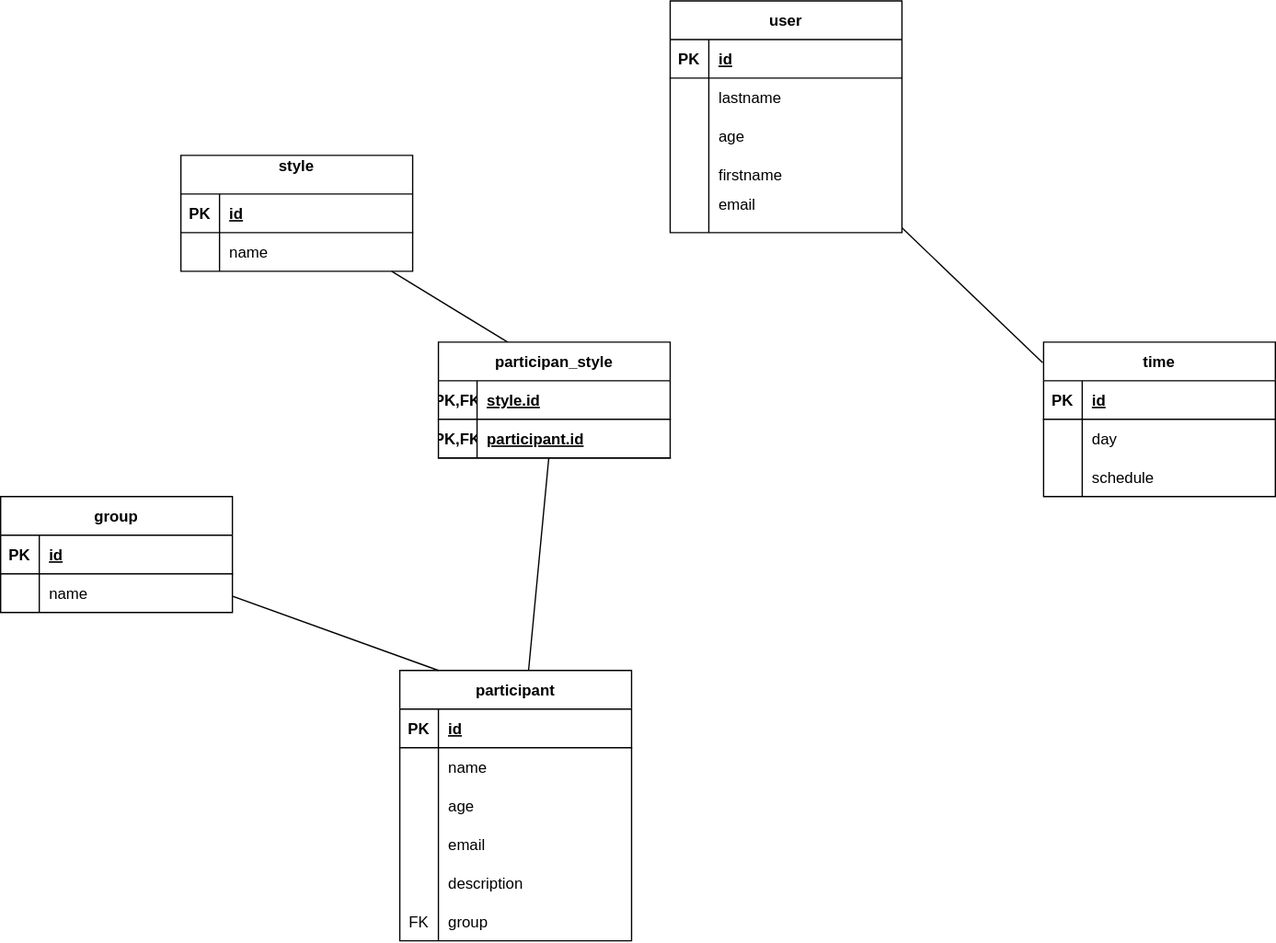
Earlier version of the draw.io export code/server/merise/MLD.rockny2.drawio.svg (Maimoudia/Rockny2). Source tidied: cells renumbered, new cells last; positions are measured from the earlier drawing's top-left corner, leaving out a move shared by most shapes.
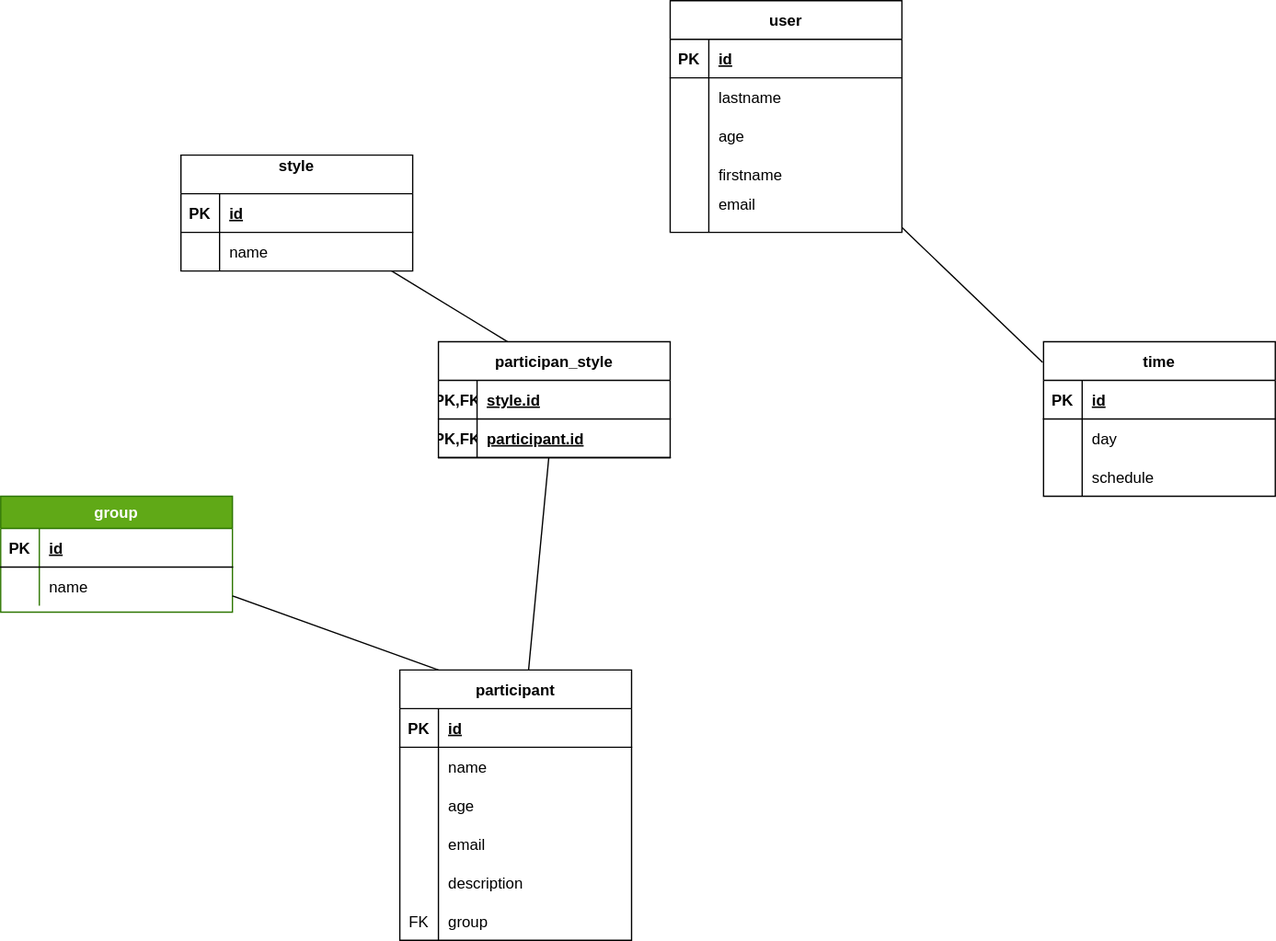
After the change.

Diff of the diagram source:
```diff
@@ -119,11 +119,11 @@
     <mxCell id="40" style="endArrow=none;html=1;entryX=-0.004;entryY=0.133;entryDx=0;entryDy=0;entryPerimeter=0;" parent="1" edge="1" source="49" target="29">
       <mxGeometry relative="1" as="geometry" />
     </mxCell>
-    <mxCell id="41" value="group" style="shape=table;startSize=30;rowLines=0;fontStyle=1;align=center;rounded=0;shadow=0;glass=0;sketch=0;gradientColor=none;" parent="1" vertex="1">
+    <mxCell id="41" value="group" style="shape=table;startSize=25;rowLines=0;fontStyle=1;align=center;rounded=0;shadow=0;glass=0;sketch=0;fillColor=#60a917;fontColor=#ffffff;strokeColor=#2D7600;" parent="1" vertex="1">
       <mxGeometry y="385" width="180" height="90" as="geometry" />
     </mxCell>
     <mxCell id="42" style="shape=tableRow;horizontal=0;startSize=0;swimlaneHead=0;swimlaneBody=0;fillColor=none;top=0;left=0;right=0;bottom=1;rounded=0;shadow=0;glass=0;sketch=0;" parent="41" vertex="1">
-      <mxGeometry y="30" width="180" height="30" as="geometry" />
+      <mxGeometry y="25" width="180" height="30" as="geometry" />
     </mxCell>
     <mxCell id="43" value="PK" style="shape=partialRectangle;fillColor=none;top=0;left=0;bottom=0;right=0;fontStyle=1;overflow=hidden;rounded=0;shadow=0;glass=0;sketch=0;" parent="42" vertex="1">
       <mxGeometry width="30" height="30" as="geometry" />
@@ -132,7 +132,7 @@
       <mxGeometry x="30" width="150" height="30" as="geometry" />
     </mxCell>
     <mxCell id="45" style="shape=tableRow;horizontal=0;startSize=0;swimlaneHead=0;swimlaneBody=0;fillColor=none;top=0;left=0;right=0;bottom=0;rounded=0;shadow=0;glass=0;sketch=0;" parent="41" vertex="1">
-      <mxGeometry y="60" width="180" height="30" as="geometry" />
+      <mxGeometry y="55" width="180" height="30" as="geometry" />
     </mxCell>
     <mxCell id="46" style="shape=partialRectangle;fillColor=none;top=0;left=0;bottom=0;right=0;overflow=hidden;rounded=0;shadow=0;glass=0;sketch=0;" parent="45" vertex="1">
       <mxGeometry width="30" height="30" as="geometry" />
```
